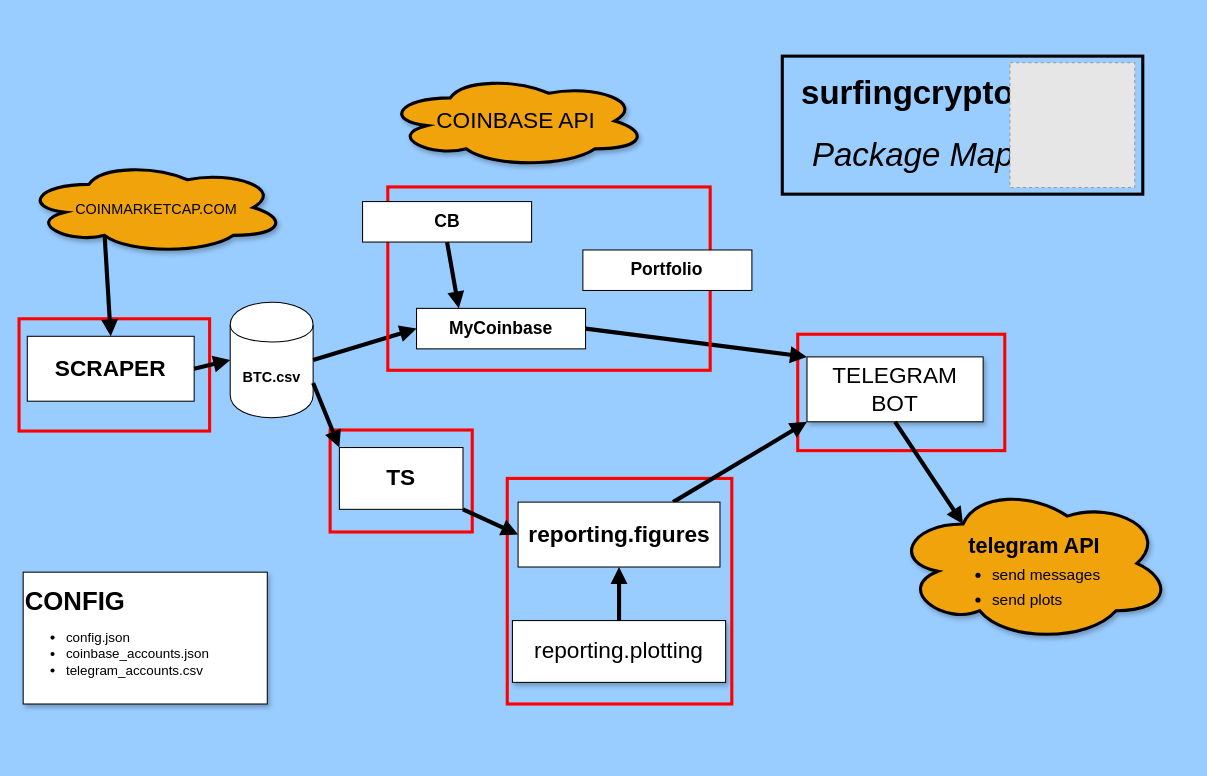
Above: structure.drawio in webclinic017/surfingcrypto (draw.io), before the change. Source tidied: cells renumbered, new cells numbered last; positions are measured from the earlier drawing's top-left corner, leaving out a move shared by most shapes. Both pictures are drawn from the tidied source at 103%, with x=0, y=0 at pixel (19, 56). Pictures stored in the file or linked from it are replaced by grey dashed boxes.
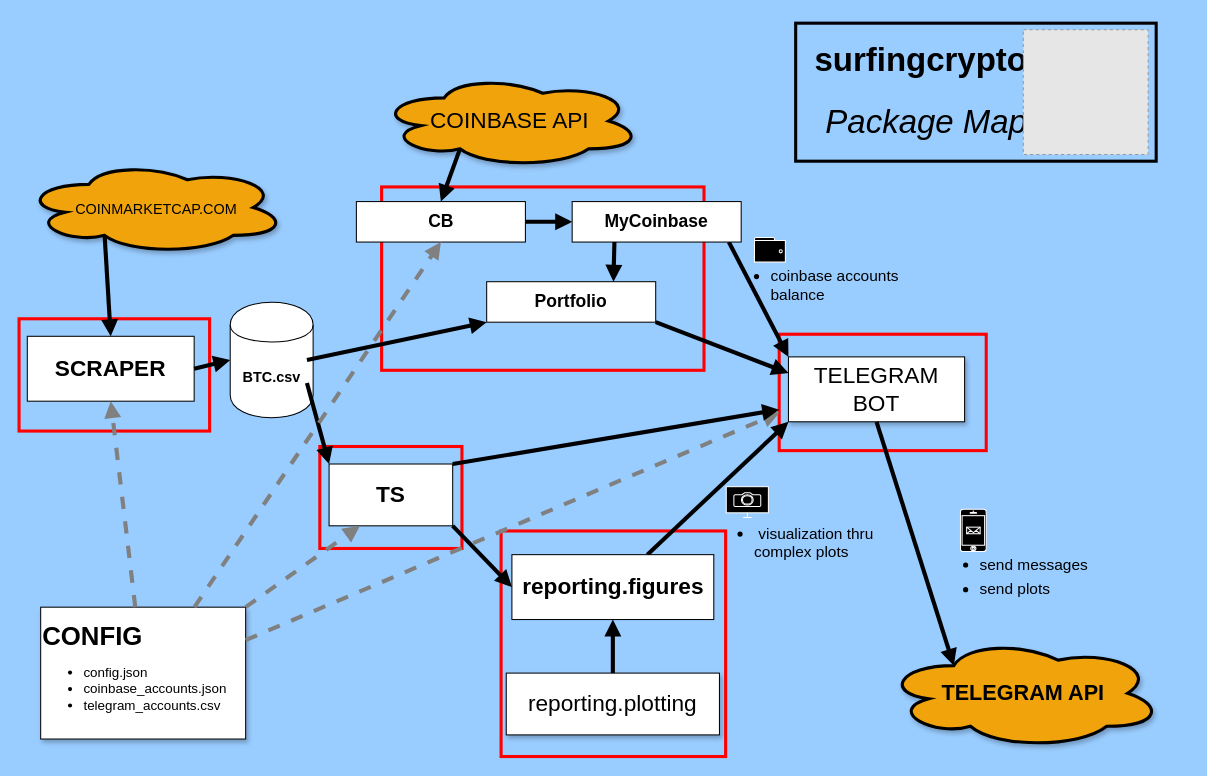
After the change.

Unchanged cells that the change refers to:
```xml
<mxCell id="6" value="&lt;b&gt;&lt;font style=&quot;font-size: 22px&quot;&gt;SCRAPER&lt;/font&gt;&lt;/b&gt;" style="whiteSpace=wrap;html=1;rounded=0;" parent="1" vertex="1">
  <mxGeometry x="8" y="272" width="162" height="63" as="geometry" />
</mxCell>
<mxCell id="7" value="&lt;b&gt;&lt;font style=&quot;font-size: 14px&quot;&gt;BTC.csv&lt;/font&gt;&lt;/b&gt;" style="shape=cylinder;whiteSpace=wrap;html=1;boundedLbl=1;backgroundOutline=1;rounded=0;" parent="1" vertex="1">
  <mxGeometry x="205" y="239" width="80.5" height="112" as="geometry" />
</mxCell>
```

The edit, as a diff of the source:
```diff
@@
     <mxCell id="3" style="rounded=0;whiteSpace=wrap;html=1;labelBackgroundColor=none;fontFamily=Helvetica;fontSize=15;strokeColor=#FF0000;strokeWidth=3;fillColor=none;" parent="1" vertex="1">
-      <mxGeometry x="302" y="363" width="138" height="99" as="geometry" />
+      <mxGeometry x="292" y="379" width="138" height="99" as="geometry" />
     </mxCell>
     <mxCell id="4" style="rounded=0;whiteSpace=wrap;html=1;labelBackgroundColor=none;fontFamily=Helvetica;fontSize=15;strokeColor=#FF0000;strokeWidth=3;fillColor=none;" parent="1" vertex="1">
-      <mxGeometry x="756" y="270" width="201" height="113" as="geometry" />
+      <mxGeometry x="738" y="270" width="201" height="113" as="geometry" />
     </mxCell>
     <mxCell id="5" style="rounded=0;whiteSpace=wrap;html=1;labelBackgroundColor=none;fontFamily=Helvetica;fontSize=15;strokeColor=#FF0000;strokeWidth=3;fillColor=none;" parent="1" vertex="1">
-      <mxGeometry x="474" y="410" width="218" height="219" as="geometry" />
+      <mxGeometry x="468" y="461" width="218" height="219" as="geometry" />
     </mxCell>
@@
     <mxCell id="8" value="&lt;font style=&quot;font-size: 22px;&quot;&gt;TS&lt;/font&gt;" style="whiteSpace=wrap;html=1;fontStyle=1;fontSize=22;rounded=0;" parent="1" vertex="1">
-      <mxGeometry x="311" y="380" width="120" height="60" as="geometry" />
+      <mxGeometry x="301" y="396" width="120" height="60" as="geometry" />
     </mxCell>
@@
     <mxCell id="10" value="&lt;font style=&quot;font-size: 22px&quot;&gt;reporting.figures&lt;br&gt;&lt;/font&gt;" style="whiteSpace=wrap;html=1;fontStyle=1;fontSize=22;rounded=0;" parent="1" vertex="1">
-      <mxGeometry x="484.5" y="433" width="196" height="63" as="geometry" />
+      <mxGeometry x="478.5" y="484" width="196" height="63" as="geometry" />
     </mxCell>
     <mxCell id="11" value="TELEGRAM BOT" style="rounded=0;whiteSpace=wrap;html=1;shadow=1;fontSize=22;gradientColor=none;" parent="1" vertex="1">
-      <mxGeometry x="765" y="292" width="171" height="63" as="geometry" />
+      <mxGeometry x="747" y="292" width="171" height="63" as="geometry" />
     </mxCell>
     <mxCell id="12" value="reporting.plotting" style="rounded=0;whiteSpace=wrap;html=1;shadow=1;fontSize=22;gradientColor=none;" parent="1" vertex="1">
-      <mxGeometry x="479" y="548" width="207" height="60" as="geometry" />
+      <mxGeometry x="473" y="599" width="207" height="60" as="geometry" />
     </mxCell>
     <mxCell id="13" value="&lt;font&gt;&lt;font style=&quot;font-size: 25px&quot;&gt;&lt;b&gt;CONFIG&lt;/b&gt;&lt;/font&gt;&lt;/font&gt;&lt;ul style=&quot;font-size: 13px&quot;&gt;&lt;li&gt;&lt;span&gt;config.json&lt;/span&gt;&lt;br&gt;&lt;/li&gt;&lt;li&gt;&lt;span&gt;coinbase_accounts.json&lt;/span&gt;&lt;br&gt;&lt;/li&gt;&lt;li&gt;&lt;span&gt;telegram_accounts.csv&lt;/span&gt;&lt;br&gt;&lt;/li&gt;&lt;/ul&gt;" style="rounded=0;whiteSpace=wrap;html=1;shadow=1;fontSize=22;align=left;" parent="1" vertex="1">
-      <mxGeometry x="4" y="501" width="237" height="128" as="geometry" />
+      <mxGeometry x="21" y="535" width="199" height="128" as="geometry" />
     </mxCell>
@@
     <mxCell id="16" style="group;strokeColor=#000000;strokeWidth=3;rounded=0;" parent="1" vertex="1">
-      <mxGeometry x="741" width="350" height="134" as="geometry" />
+      <mxGeometry x="754" y="-32" width="350" height="134" as="geometry" />
     </mxCell>
@@
     <mxCell id="19" value="COINBASE API" style="ellipse;shape=cloud;whiteSpace=wrap;html=1;shadow=1;fontSize=22;rounded=0;fillColor=#f0a30a;strokeColor=#000000;fontColor=#000000;strokeWidth=3;" parent="1" vertex="1">
-      <mxGeometry x="355" y="18" width="255.1" height="90" as="geometry" />
+      <mxGeometry x="349" y="18" width="255.1" height="90" as="geometry" />
     </mxCell>
@@
-    <mxCell id="23" style="edgeStyle=none;html=1;rounded=0;strokeColor=#000000;strokeWidth=4;endArrow=block;endFill=1;entryX=0;entryY=0;entryDx=0;entryDy=0;exitX=1;exitY=0.7;exitDx=0;exitDy=0;" parent="1" edge="1" source="7" target="8">
-      <mxGeometry relative="1" as="geometry" />
+    <mxCell id="23" style="edgeStyle=none;html=1;rounded=0;strokeColor=#000000;strokeWidth=4;endArrow=block;endFill=1;entryX=0;entryY=0;entryDx=0;entryDy=0;exitX=1;exitY=0.7;exitDx=0;exitDy=0;" parent="1" edge="1" target="8">
+      <mxGeometry relative="1" as="geometry">
+        <mxPoint x="279.5" y="317.4" as="sourcePoint" />
+      </mxGeometry>
     </mxCell>
-    <mxCell id="24" style="group;" parent="1" vertex="1">
-      <mxGeometry x="849" y="416" width="287" height="153" as="geometry" />
-    </mxCell>
-    <mxCell id="25" value="&lt;div&gt;&lt;font face=&quot;helvetica&quot;&gt;&lt;span style=&quot;font-size: 21px&quot;&gt;&lt;br&gt;&lt;/span&gt;&lt;/font&gt;&lt;/div&gt;" style="ellipse;shape=cloud;whiteSpace=wrap;html=1;shadow=1;fontSize=22;rounded=0;fillColor=#f0a30a;strokeColor=#000000;fontColor=#000000;strokeWidth=3;align=left;" parent="24" vertex="1">
-      <mxGeometry width="270" height="153" as="geometry" />
-    </mxCell>
-    <mxCell id="26" style="group;" parent="24" vertex="1">
-      <mxGeometry x="54" y="40" width="233" height="104" as="geometry" />
-    </mxCell>
-    <mxCell id="27" value="&lt;font style=&quot;color: rgb(0 , 0 , 0) ; font-family: &amp;#34;helvetica&amp;#34; ; font-style: normal ; letter-spacing: normal ; text-align: left ; text-indent: 0px ; text-transform: none ; word-spacing: 0px ; font-size: 21px&quot;&gt;&lt;b&gt;telegram API&lt;/b&gt;&lt;br&gt;&lt;/font&gt;" style="text;whiteSpace=wrap;html=1;fontSize=11;fontColor=#000000;" parent="26" vertex="1">
-      <mxGeometry x="17" width="216" height="32" as="geometry" />
-    </mxCell>
-    <mxCell id="28" value="&lt;ul style=&quot;color: rgb(0 , 0 , 0) ; font-style: normal ; font-weight: 400 ; letter-spacing: normal ; text-align: left ; text-indent: 0px ; text-transform: none ; word-spacing: 0px ; font-family: &amp;#34;helvetica&amp;#34; ; font-size: 15px&quot;&gt;&lt;li style=&quot;padding: 3px 0px&quot;&gt;&lt;font style=&quot;font-size: 15px&quot;&gt;send messages&lt;/font&gt;&lt;/li&gt;&lt;li style=&quot;padding: 3px 0px&quot;&gt;&lt;font style=&quot;font-size: 15px&quot;&gt;send plots&lt;/font&gt;&lt;/li&gt;&lt;/ul&gt;" style="text;whiteSpace=wrap;html=1;fontSize=21;fontFamily=Helvetica;fontColor=#000000;" parent="26" vertex="1">
-      <mxGeometry y="14" width="198" height="90" as="geometry" />
-    </mxCell>
-    <mxCell id="29" style="edgeStyle=none;html=1;rounded=0;strokeColor=#000000;strokeWidth=4;endArrow=block;endFill=1;entryX=0;entryY=0.5;entryDx=0;entryDy=0;exitX=1;exitY=0.5;exitDx=0;exitDy=0;" parent="1" edge="1" source="7" target="34">
-      <mxGeometry relative="1" as="geometry" />
-    </mxCell>
@@
-    <mxCell id="31" style="edgeStyle=none;html=1;rounded=0;strokeColor=#000000;strokeWidth=4;endArrow=block;endFill=1;exitX=1;exitY=0.5;exitDx=0;exitDy=0;entryX=0;entryY=0;entryDx=0;entryDy=0;" parent="1" edge="1" source="34" target="11">
-      <mxGeometry relative="1" as="geometry" />
+    <mxCell id="31" style="edgeStyle=none;html=1;rounded=0;strokeColor=#000000;strokeWidth=4;endArrow=block;endFill=1;exitX=1;exitY=1;exitDx=0;exitDy=0;entryX=0;entryY=0;entryDx=0;entryDy=0;" parent="1" edge="1" target="11">
+      <mxGeometry relative="1" as="geometry">
+        <mxPoint x="689.1" y="180.5" as="sourcePoint" />
+      </mxGeometry>
     </mxCell>
     <mxCell id="32" style="rounded=0;whiteSpace=wrap;html=1;labelBackgroundColor=none;fontFamily=Helvetica;fontSize=15;strokeColor=#FF0000;strokeWidth=3;fillColor=none;" parent="1" vertex="1">
-      <mxGeometry x="358" y="127" width="313" height="178" as="geometry" />
+      <mxGeometry x="352" y="127" width="313" height="178" as="geometry" />
     </mxCell>
     <mxCell id="33" value="&lt;b&gt;&lt;font style=&quot;font-size: 17px&quot;&gt;CB&lt;/font&gt;&lt;/b&gt;" style="whiteSpace=wrap;html=1;rounded=0;" parent="1" vertex="1">
-      <mxGeometry x="333.5" y="141.2" width="164.1" height="39.3" as="geometry" />
+      <mxGeometry x="327.5" y="141.2" width="164.1" height="39.3" as="geometry" />
     </mxCell>
     <mxCell id="34" value="&lt;b&gt;&lt;font style=&quot;font-size: 17px&quot;&gt;MyCoinbase&lt;/font&gt;&lt;/b&gt;" style="whiteSpace=wrap;html=1;rounded=0;" parent="1" vertex="1">
-      <mxGeometry x="385.9" y="244.9" width="164.1" height="39.3" as="geometry" />
+      <mxGeometry x="537" y="141.2" width="164.1" height="39.3" as="geometry" />
     </mxCell>
     <mxCell id="35" value="&lt;b&gt;&lt;font style=&quot;font-size: 17px&quot;&gt;Portfolio&lt;/font&gt;&lt;/b&gt;" style="whiteSpace=wrap;html=1;rounded=0;" parent="1" vertex="1">
-      <mxGeometry x="547.4" y="188.2" width="164.1" height="39.3" as="geometry" />
+      <mxGeometry x="454" y="219" width="164.1" height="39.3" as="geometry" />
     </mxCell>
-    <mxCell id="36" style="edgeStyle=none;html=1;rounded=0;strokeColor=#000000;strokeWidth=4;endArrow=block;endFill=1;exitX=0.5;exitY=1;exitDx=0;exitDy=0;entryX=0.25;entryY=0;entryDx=0;entryDy=0;" parent="1" edge="1" source="33" target="34">
+    <mxCell id="36" style="edgeStyle=none;html=1;rounded=0;strokeColor=#000000;strokeWidth=4;endArrow=block;endFill=1;exitX=1;exitY=0.5;exitDx=0;exitDy=0;entryX=0;entryY=0.5;entryDx=0;entryDy=0;" parent="1" edge="1" source="33" target="34">
       <mxGeometry relative="1" as="geometry" />
     </mxCell>
+    <mxCell id="37" style="edgeStyle=none;html=1;rounded=0;strokeColor=#000000;strokeWidth=4;endArrow=block;endFill=1;exitX=0.31;exitY=0.8;exitDx=0;exitDy=0;entryX=0.5;entryY=0;entryDx=0;entryDy=0;exitPerimeter=0;" parent="1" edge="1" source="19" target="33">
+      <mxGeometry relative="1" as="geometry" />
+    </mxCell>
+    <mxCell id="38" style="edgeStyle=none;html=1;rounded=0;strokeColor=#000000;strokeWidth=4;endArrow=block;endFill=1;exitX=1;exitY=0.5;exitDx=0;exitDy=0;entryX=0;entryY=1;entryDx=0;entryDy=0;" parent="1" edge="1" target="35">
+      <mxGeometry relative="1" as="geometry">
+        <mxPoint x="279.5" y="295" as="sourcePoint" />
+      </mxGeometry>
+    </mxCell>
+    <mxCell id="39" style="edgeStyle=none;html=1;rounded=0;strokeColor=#000000;strokeWidth=4;endArrow=block;endFill=1;exitX=0.25;exitY=1;exitDx=0;exitDy=0;entryX=0.75;entryY=0;entryDx=0;entryDy=0;" parent="1" edge="1" source="34" target="35">
+      <mxGeometry relative="1" as="geometry" />
+    </mxCell>
+    <mxCell id="40" style="edgeStyle=none;html=1;rounded=0;strokeColor=#808080;strokeWidth=4;endArrow=block;endFill=1;entryX=0.5;entryY=1;entryDx=0;entryDy=0;dashed=1;" parent="1" edge="1" source="13" target="6">
+      <mxGeometry relative="1" as="geometry" />
+    </mxCell>
+    <mxCell id="41" style="group;" parent="1" vertex="1">
+      <mxGeometry x="672" y="418" width="198" height="102" as="geometry" />
+    </mxCell>
+    <mxCell id="42" style="group;" parent="41" vertex="1">
+      <mxGeometry x="14.6" width="40.9" height="30" as="geometry" />
+    </mxCell>
+    <mxCell id="43" style="html=1;verticalLabelPosition=bottom;align=center;labelBackgroundColor=#ffffff;verticalAlign=top;strokeWidth=1;strokeColor=#FFFFFF;shadow=0;dashed=0;shape=mxgraph.ios7.icons.monitor;fontColor=#333333;fillColor=#000000;" parent="42" vertex="1">
+      <mxGeometry width="40.9" height="30" as="geometry" />
+    </mxCell>
+    <mxCell id="44" style="html=1;verticalLabelPosition=bottom;align=center;labelBackgroundColor=#ffffff;verticalAlign=top;strokeWidth=1;strokeColor=#FFFFFF;shadow=0;dashed=0;shape=mxgraph.ios7.icons.camera;fontColor=#333333;fillColor=#000000;" parent="42" vertex="1">
+      <mxGeometry x="7.4" y="6" width="26.1" height="13.2" as="geometry" />
+    </mxCell>
+    <mxCell id="45" value="&lt;ul style=&quot;color: rgb(0 , 0 , 0) ; font-style: normal ; font-weight: 400 ; letter-spacing: normal ; text-align: left ; text-indent: 0px ; text-transform: none ; word-spacing: 0px ; font-family: &amp;#34;helvetica&amp;#34; ; font-size: 15px&quot;&gt;&lt;li style=&quot;padding: 3px 0px&quot;&gt;&amp;nbsp;visualization thru complex plots&lt;/li&gt;&lt;/ul&gt;" style="text;whiteSpace=wrap;html=1;fontSize=21;fontFamily=Helvetica;fontColor=#000000;" parent="41" vertex="1">
+      <mxGeometry y="12" width="198" height="90" as="geometry" />
+    </mxCell>
+    <mxCell id="25" value="&lt;font face=&quot;helvetica&quot;&gt;&lt;span style=&quot;font-size: 21px&quot;&gt;&lt;b&gt;TELEGRAM API&lt;/b&gt;&lt;/span&gt;&lt;/font&gt;" style="ellipse;shape=cloud;whiteSpace=wrap;html=1;shadow=1;fontSize=22;rounded=0;fillColor=#f0a30a;strokeColor=#000000;fontColor=#000000;strokeWidth=3;align=center;" parent="1" vertex="1">
+      <mxGeometry x="840" y="565" width="270" height="107" as="geometry" />
+    </mxCell>
+    <mxCell id="46" style="group;" parent="1" vertex="1">
+      <mxGeometry x="891" y="440" width="198" height="110" as="geometry" />
+    </mxCell>
+    <mxCell id="47" style="group;strokeColor=none;strokeWidth=1;" parent="46" vertex="1">
+      <mxGeometry x="23" width="25" height="41" as="geometry" />
+    </mxCell>
+    <mxCell id="48" style="html=1;verticalLabelPosition=bottom;labelBackgroundColor=#ffffff;verticalAlign=top;shadow=0;dashed=0;strokeWidth=1;shape=mxgraph.ios7.misc.iphone;strokeColor=#FFFFFF;fillColor=#000000;" parent="47" vertex="1">
+      <mxGeometry width="25" height="41" as="geometry" />
+    </mxCell>
+    <mxCell id="49" style="html=1;verticalLabelPosition=bottom;align=center;labelBackgroundColor=#ffffff;verticalAlign=top;strokeWidth=1;strokeColor=#FFFFFF;shadow=0;dashed=0;shape=mxgraph.ios7.icons.mail;fontColor=#333333;fillColor=#000000;" parent="47" vertex="1">
+      <mxGeometry x="6" y="17.3" width="13.1" height="6.4" as="geometry" />
+    </mxCell>
+    <mxCell id="28" value="&lt;ul style=&quot;color: rgb(0 , 0 , 0) ; font-style: normal ; font-weight: 400 ; letter-spacing: normal ; text-align: left ; text-indent: 0px ; text-transform: none ; word-spacing: 0px ; font-family: &amp;#34;helvetica&amp;#34; ; font-size: 15px&quot;&gt;&lt;li style=&quot;padding: 3px 0px&quot;&gt;&lt;font style=&quot;font-size: 15px&quot;&gt;send messages&lt;/font&gt;&lt;/li&gt;&lt;li style=&quot;padding: 3px 0px&quot;&gt;&lt;font style=&quot;font-size: 15px&quot;&gt;send plots&lt;/font&gt;&lt;/li&gt;&lt;/ul&gt;" style="text;whiteSpace=wrap;html=1;fontSize=21;fontFamily=Helvetica;fontColor=#000000;" parent="46" vertex="1">
+      <mxGeometry y="20" width="198" height="90" as="geometry" />
+    </mxCell>
+    <mxCell id="50" style="edgeStyle=none;html=1;rounded=0;strokeColor=#808080;strokeWidth=4;endArrow=block;endFill=1;exitX=1;exitY=0;exitDx=0;exitDy=0;entryX=0.25;entryY=1;entryDx=0;entryDy=0;dashed=1;" parent="1" edge="1" source="13" target="8">
+      <mxGeometry relative="1" as="geometry" />
+    </mxCell>
+    <mxCell id="51" style="edgeStyle=none;html=1;rounded=0;strokeColor=#808080;strokeWidth=4;endArrow=block;endFill=1;entryX=0.5;entryY=1;entryDx=0;entryDy=0;dashed=1;exitX=0.75;exitY=0;exitDx=0;exitDy=0;" parent="1" edge="1" source="13" target="33">
+      <mxGeometry relative="1" as="geometry" />
+    </mxCell>
+    <mxCell id="52" style="edgeStyle=none;html=1;rounded=0;strokeColor=#808080;strokeWidth=4;endArrow=block;endFill=1;entryX=0.002;entryY=0.673;entryDx=0;entryDy=0;dashed=1;exitX=1;exitY=0.25;exitDx=0;exitDy=0;entryPerimeter=0;" parent="1" edge="1" source="13" target="4">
+      <mxGeometry relative="1" as="geometry" />
+    </mxCell>
+    <mxCell id="53" style="edgeStyle=none;html=1;fontSize=25;fontColor=#000000;endArrow=block;endFill=1;strokeColor=#000000;strokeWidth=4;exitX=1;exitY=0;exitDx=0;exitDy=0;" parent="1" edge="1" source="8" target="4">
+      <mxGeometry relative="1" as="geometry" />
+    </mxCell>
+    <mxCell id="54" style="edgeStyle=none;html=1;fontSize=25;fontColor=#000000;endArrow=block;endFill=1;strokeColor=#000000;strokeWidth=4;exitX=1;exitY=1;exitDx=0;exitDy=0;entryX=0;entryY=0.25;entryDx=0;entryDy=0;" parent="1" edge="1" source="35" target="11">
+      <mxGeometry relative="1" as="geometry" />
+    </mxCell>
+    <mxCell id="55" style="group;" parent="1" vertex="1">
+      <mxGeometry x="688" y="176" width="198" height="94" as="geometry" />
+    </mxCell>
+    <mxCell id="56" value="&lt;ul style=&quot;color: rgb(0 , 0 , 0) ; font-style: normal ; font-weight: 400 ; letter-spacing: normal ; text-align: left ; text-indent: 0px ; text-transform: none ; word-spacing: 0px ; font-family: &amp;#34;helvetica&amp;#34; ; font-size: 15px&quot;&gt;&lt;li style=&quot;padding: 3px 0px&quot;&gt;coinbase accounts balance&lt;/li&gt;&lt;/ul&gt;" style="text;whiteSpace=wrap;html=1;fontSize=21;fontFamily=Helvetica;fontColor=#000000;" parent="55" vertex="1">
+      <mxGeometry y="4" width="198" height="90" as="geometry" />
+    </mxCell>
+    <mxCell id="57" style="html=1;verticalLabelPosition=bottom;align=center;labelBackgroundColor=#ffffff;verticalAlign=top;strokeWidth=1;strokeColor=#FFFFFF;shadow=0;dashed=0;shape=mxgraph.ios7.icons.wallet;fontColor=#333333;fillColor=#000000;" parent="55" vertex="1">
+      <mxGeometry x="26" width="30" height="24" as="geometry" />
+    </mxCell>
```
